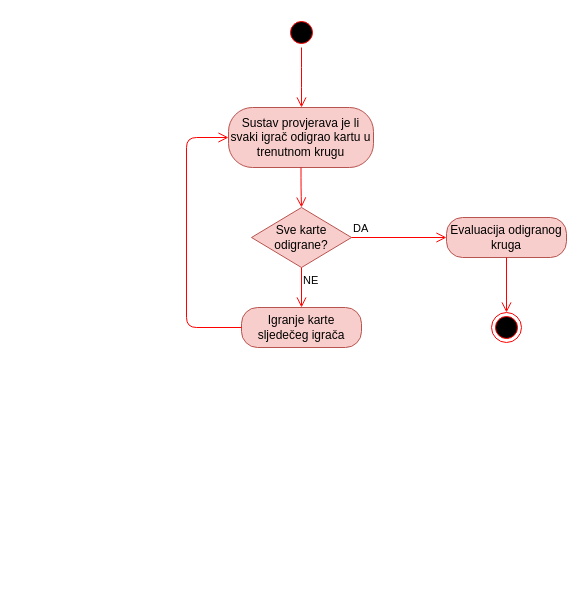
Above: page "Activity: Igranje kruga" (6 of 11) of Dijagram.drawio in TheRealJoci/Tressette-Terminal-Card-Game (draw.io), before the change. Source tidied: cells renumbered, new cells numbered last; positions are measured from the earlier drawing's top-left corner, leaving out a move shared by most shapes. Both pictures are drawn from the tidied source at 100%, with x=0, y=0 at pixel (186, 17).
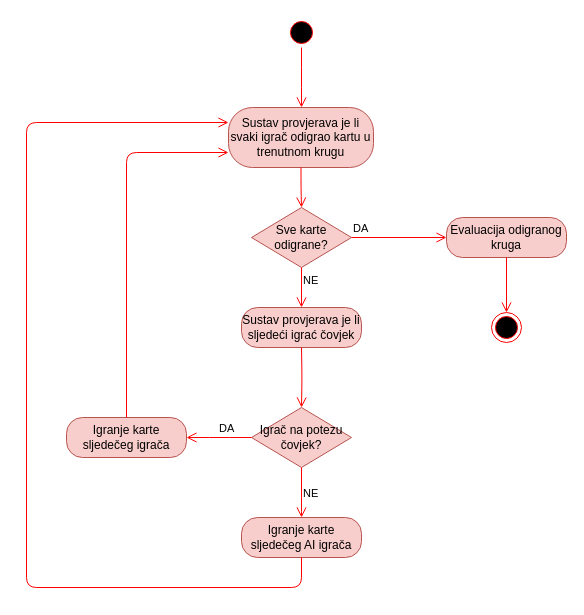
Above is the later version.

The change refers to these unchanged cells:
```xml
<mxCell id="4" value="Sustav provjerava je li svaki igrač odigrao kartu u trenutnom krugu" style="rounded=1;whiteSpace=wrap;html=1;arcSize=40;fillColor=#f8cecc;strokeColor=#b85450;" parent="1" vertex="1">
  <mxGeometry x="42" y="90" width="145" height="60" as="geometry" />
</mxCell>
```

Change to the diagram source:
```diff
@@
     <mxCell id="9" value="Igranje karte sljedečeg igrača" style="rounded=1;whiteSpace=wrap;html=1;arcSize=40;fillColor=#f8cecc;strokeColor=#b85450;" parent="1" vertex="1">
-      <mxGeometry x="55" y="290" width="120" height="40" as="geometry" />
+      <mxGeometry x="-120" y="400" width="120" height="40" as="geometry" />
     </mxCell>
-    <mxCell id="10" style="edgeStyle=orthogonalEdgeStyle;html=1;verticalAlign=bottom;endArrow=open;endSize=8;strokeColor=#ff0000;entryX=0;entryY=0.5;entryDx=0;entryDy=0;" parent="1" edge="1" source="9" target="4">
+    <mxCell id="10" style="edgeStyle=orthogonalEdgeStyle;html=1;verticalAlign=bottom;endArrow=open;endSize=8;strokeColor=#ff0000;entryX=0;entryY=0.75;entryDx=0;entryDy=0;exitX=0.5;exitY=0;exitDx=0;exitDy=0;" parent="1" edge="1" source="9" target="4">
       <mxGeometry relative="1" as="geometry">
         <Array as="points">
-          <mxPoint y="310" />
-          <mxPoint y="120" />
+          <mxPoint x="-60" y="135" />
         </Array>
       </mxGeometry>
     </mxCell>
@@
+    <mxCell id="14" value="Sustav provjerava je li sljedeći igrać čovjek" style="rounded=1;whiteSpace=wrap;html=1;arcSize=40;fillColor=#f8cecc;strokeColor=#b85450;" parent="1" vertex="1">
+      <mxGeometry x="55" y="290" width="120" height="40" as="geometry" />
+    </mxCell>
+    <mxCell id="15" value="Igrač na potezu čovjek?" style="rhombus;whiteSpace=wrap;html=1;fillColor=#f8cecc;strokeColor=#b85450;" parent="1" vertex="1">
+      <mxGeometry x="65" y="390" width="100" height="60" as="geometry" />
+    </mxCell>
+    <mxCell id="16" style="edgeStyle=orthogonalEdgeStyle;html=1;verticalAlign=bottom;endArrow=open;endSize=8;strokeColor=#ff0000;entryX=0.5;entryY=0;entryDx=0;entryDy=0;exitX=0.5;exitY=1;exitDx=0;exitDy=0;" parent="1" edge="1" target="15">
+      <mxGeometry relative="1" as="geometry">
+        <mxPoint x="115" y="330" as="sourcePoint" />
+      </mxGeometry>
+    </mxCell>
+    <mxCell id="17" value="NE" style="edgeStyle=orthogonalEdgeStyle;html=1;align=left;verticalAlign=top;endArrow=open;endSize=8;strokeColor=#ff0000;" parent="1" edge="1">
+      <mxGeometry x="-0.5" relative="1" as="geometry">
+        <mxPoint x="115" y="450" as="sourcePoint" />
+        <mxPoint x="115" y="500" as="targetPoint" />
+        <Array as="points">
+          <mxPoint x="115" y="490" />
+        </Array>
+      </mxGeometry>
+    </mxCell>
+    <mxCell id="18" value="DA" style="edgeStyle=orthogonalEdgeStyle;html=1;align=left;verticalAlign=bottom;endArrow=open;endSize=8;strokeColor=#ff0000;exitX=0;exitY=0.5;exitDx=0;exitDy=0;" parent="1" edge="1" source="15">
+      <mxGeometry x="0.08" relative="1" as="geometry">
+        <mxPoint y="420" as="targetPoint" />
+      </mxGeometry>
+    </mxCell>
+    <mxCell id="19" value="Igranje karte sljedečeg AI igrača" style="rounded=1;whiteSpace=wrap;html=1;arcSize=40;fillColor=#f8cecc;strokeColor=#b85450;" parent="1" vertex="1">
+      <mxGeometry x="55" y="500" width="120" height="40" as="geometry" />
+    </mxCell>
+    <mxCell id="20" style="edgeStyle=orthogonalEdgeStyle;html=1;verticalAlign=bottom;endArrow=open;endSize=8;strokeColor=#ff0000;exitX=0.5;exitY=1;exitDx=0;exitDy=0;entryX=0;entryY=0.25;entryDx=0;entryDy=0;" parent="1" edge="1" source="19" target="4">
+      <mxGeometry relative="1" as="geometry">
+        <Array as="points">
+          <mxPoint x="115" y="570" />
+          <mxPoint x="-160" y="570" />
+          <mxPoint x="-160" y="105" />
+        </Array>
+      </mxGeometry>
+    </mxCell>
```
